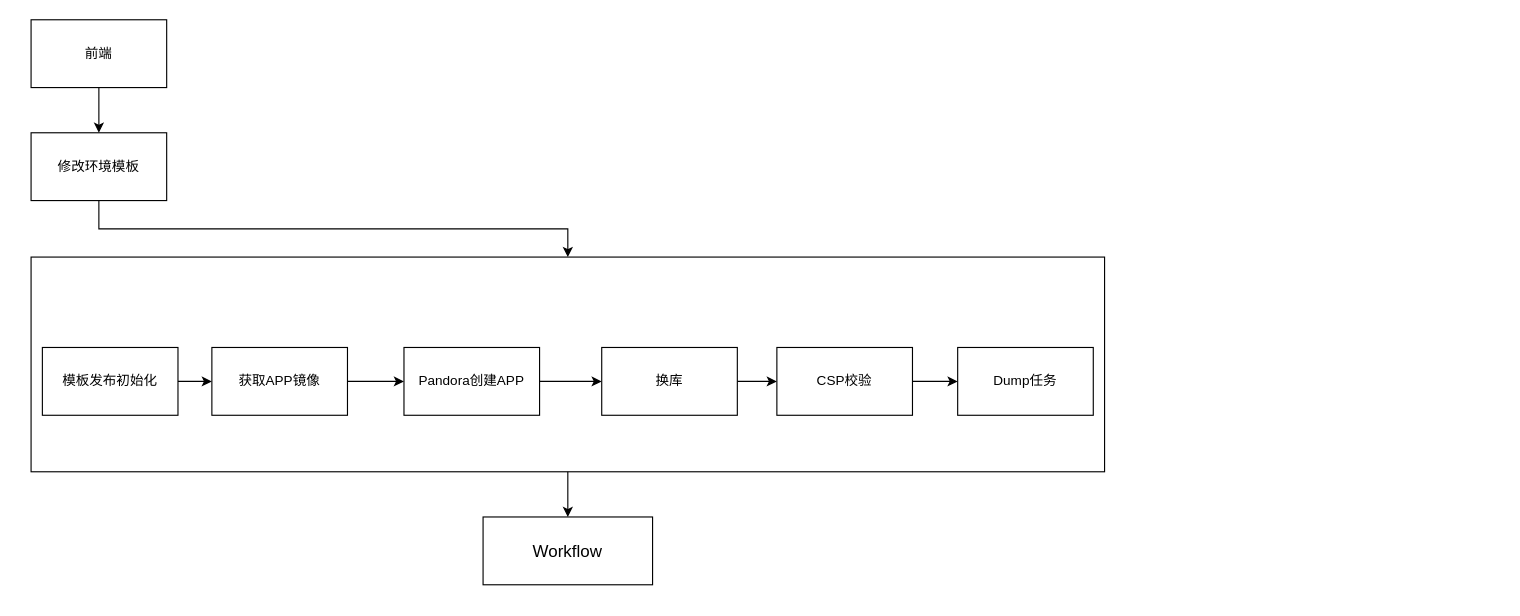
March-chen/drawio-project keeps this draw.io diagram as target流程.drawio. Above is the earlier version. Source tidied: cells renumbered, new cells numbered last; positions are measured from the earlier drawing's top-left corner, leaving out a move shared by most shapes. Both pictures are drawn from the tidied source at 113%, with x=0, y=0 at pixel (31, 19).
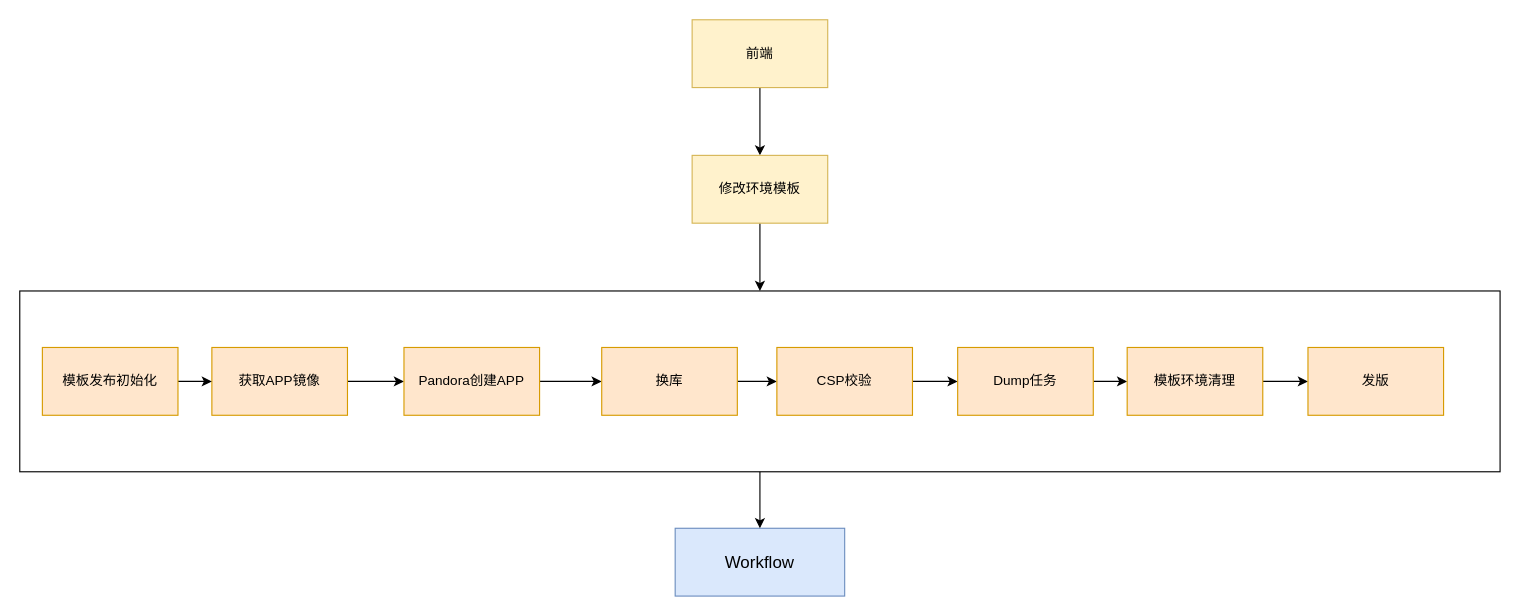
The same page after the edit.

Diff of the diagram source:
```diff
@@
-    <mxCell id="2" value="&lt;font style=&quot;font-size: 15px;&quot;&gt;Workflow&lt;/font&gt;" style="rounded=0;whiteSpace=wrap;html=1;" parent="1" vertex="1">
-      <mxGeometry x="400" y="440" width="150" height="60" as="geometry" />
+    <mxCell id="2" value="&lt;font style=&quot;font-size: 15px;&quot;&gt;Workflow&lt;/font&gt;" style="rounded=0;whiteSpace=wrap;html=1;fillColor=#dae8fc;strokeColor=#6c8ebf;" parent="1" vertex="1">
+      <mxGeometry x="570" y="450" width="150" height="60" as="geometry" />
     </mxCell>
@@
-    <mxCell id="4" value="获取APP镜像" style="rounded=0;whiteSpace=wrap;html=1;" parent="1" vertex="1">
+    <mxCell id="4" value="获取APP镜像" style="rounded=0;whiteSpace=wrap;html=1;fillColor=#ffe6cc;strokeColor=#d79b00;" parent="1" vertex="1">
       <mxGeometry x="160" y="290" width="120" height="60" as="geometry" />
     </mxCell>
@@
-    <mxCell id="6" value="模板发布初始化" style="rounded=0;whiteSpace=wrap;html=1;" parent="1" vertex="1">
+    <mxCell id="6" value="模板发布初始化" style="rounded=0;whiteSpace=wrap;html=1;fillColor=#ffe6cc;strokeColor=#d79b00;" parent="1" vertex="1">
       <mxGeometry x="10" y="290" width="120" height="60" as="geometry" />
     </mxCell>
@@
-    <mxCell id="8" value="Pandora创建APP" style="rounded=0;whiteSpace=wrap;html=1;" parent="1" vertex="1">
+    <mxCell id="8" value="Pandora创建APP" style="rounded=0;whiteSpace=wrap;html=1;fillColor=#ffe6cc;strokeColor=#d79b00;" parent="1" vertex="1">
       <mxGeometry x="330" y="290" width="120" height="60" as="geometry" />
     </mxCell>
@@
-    <mxCell id="10" value="换库" style="rounded=0;whiteSpace=wrap;html=1;" parent="1" vertex="1">
+    <mxCell id="10" value="换库" style="rounded=0;whiteSpace=wrap;html=1;fillColor=#ffe6cc;strokeColor=#d79b00;" parent="1" vertex="1">
       <mxGeometry x="505" y="290" width="120" height="60" as="geometry" />
     </mxCell>
@@
-    <mxCell id="12" value="CSP校验" style="rounded=0;whiteSpace=wrap;html=1;" parent="1" vertex="1">
+    <mxCell id="12" value="CSP校验" style="rounded=0;whiteSpace=wrap;html=1;fillColor=#ffe6cc;strokeColor=#d79b00;" parent="1" vertex="1">
       <mxGeometry x="660" y="290" width="120" height="60" as="geometry" />
     </mxCell>
+    <mxCell id="20" style="edgeStyle=orthogonalEdgeStyle;rounded=0;jettySize=auto;html=1;" parent="1" edge="1" source="13" target="22">
+      <mxGeometry relative="1" as="geometry" />
+    </mxCell>
-    <mxCell id="13" value="Dump任务" style="rounded=0;whiteSpace=wrap;html=1;" parent="1" vertex="1">
+    <mxCell id="13" value="Dump任务" style="rounded=0;whiteSpace=wrap;html=1;fillColor=#ffe6cc;strokeColor=#d79b00;" parent="1" vertex="1">
       <mxGeometry x="820" y="290" width="120" height="60" as="geometry" />
     </mxCell>
@@
     <mxCell id="15" style="rounded=0;whiteSpace=wrap;html=1;fillColor=none;" parent="1" vertex="1">
-      <mxGeometry y="210" width="950" height="190" as="geometry" />
+      <mxGeometry x="-10" y="240" width="1310" height="160" as="geometry" />
     </mxCell>
@@
-    <mxCell id="17" value="前端" style="rounded=0;whiteSpace=wrap;html=1;" parent="1" vertex="1">
-      <mxGeometry width="120" height="60" as="geometry" />
+    <mxCell id="17" value="前端" style="rounded=0;whiteSpace=wrap;html=1;fillColor=#fff2cc;strokeColor=#d6b656;" parent="1" vertex="1">
+      <mxGeometry x="585" width="120" height="60" as="geometry" />
     </mxCell>
@@
-    <mxCell id="19" value="修改环境模板" style="rounded=0;whiteSpace=wrap;html=1;" parent="1" vertex="1">
-      <mxGeometry y="100" width="120" height="60" as="geometry" />
+    <mxCell id="19" value="修改环境模板" style="rounded=0;whiteSpace=wrap;html=1;fillColor=#fff2cc;strokeColor=#d6b656;" parent="1" vertex="1">
+      <mxGeometry x="585" y="120" width="120" height="60" as="geometry" />
     </mxCell>
+    <mxCell id="21" style="edgeStyle=orthogonalEdgeStyle;rounded=0;jettySize=auto;html=1;" parent="1" edge="1" source="22" target="23">
+      <mxGeometry relative="1" as="geometry" />
+    </mxCell>
+    <mxCell id="22" value="模板环境清理" style="rounded=0;whiteSpace=wrap;html=1;fillColor=#ffe6cc;strokeColor=#d79b00;" parent="1" vertex="1">
+      <mxGeometry x="970" y="290" width="120" height="60" as="geometry" />
+    </mxCell>
+    <mxCell id="23" value="发版" style="rounded=0;whiteSpace=wrap;html=1;fillColor=#ffe6cc;strokeColor=#d79b00;" parent="1" vertex="1">
+      <mxGeometry x="1130" y="290" width="120" height="60" as="geometry" />
+    </mxCell>
```
